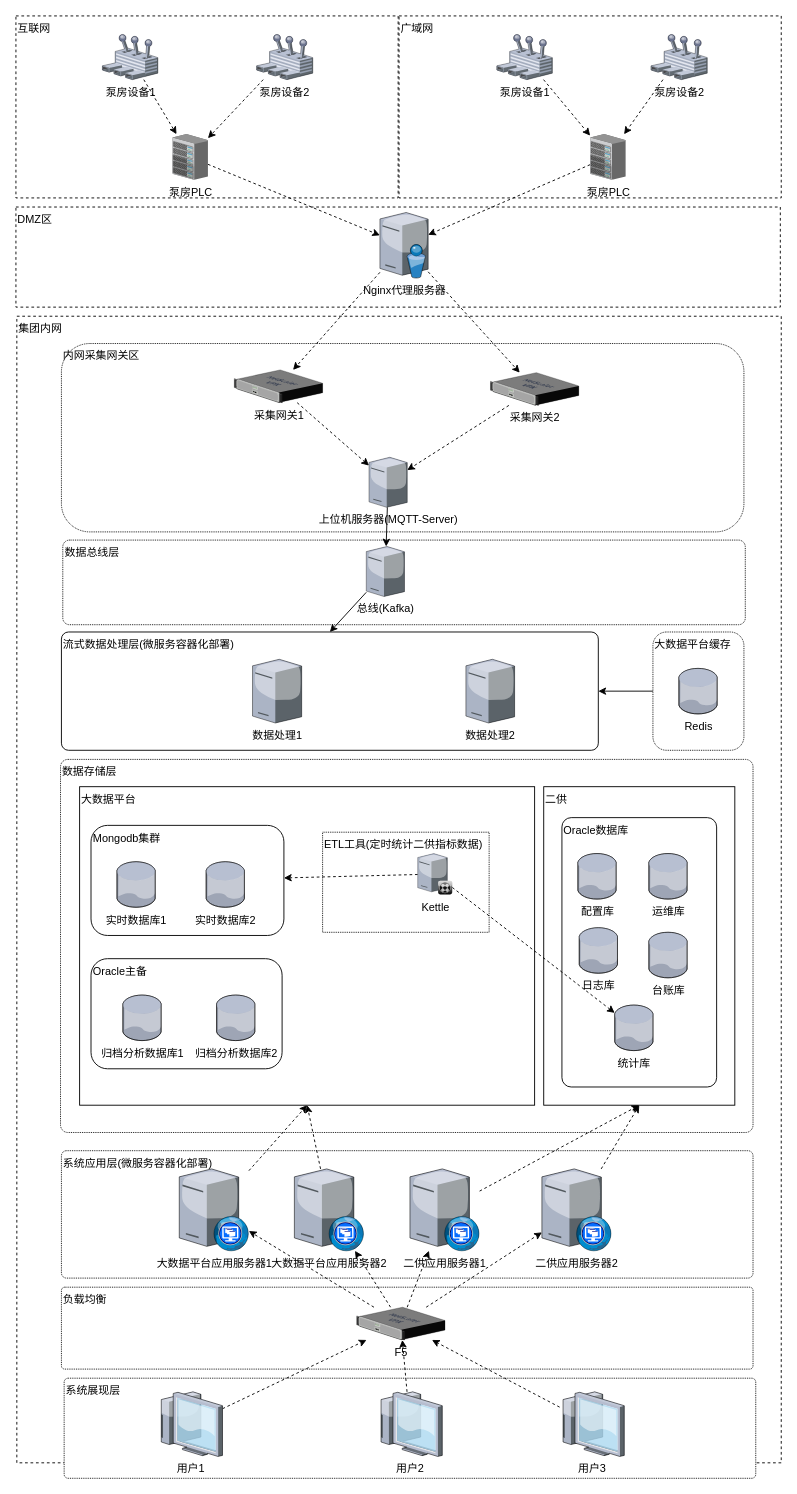
Before: page "应用服务器部署图" (3 of 6) of 二供ER图.drawio in lpeng589/draw, a draw.io diagram. Source tidied: cells renumbered, new cells numbered last; positions are measured from the earlier drawing's top-left corner, leaving out a move shared by most shapes. Both pictures are drawn from the tidied source at 91%, with x=0, y=0 at pixel (15, 15).
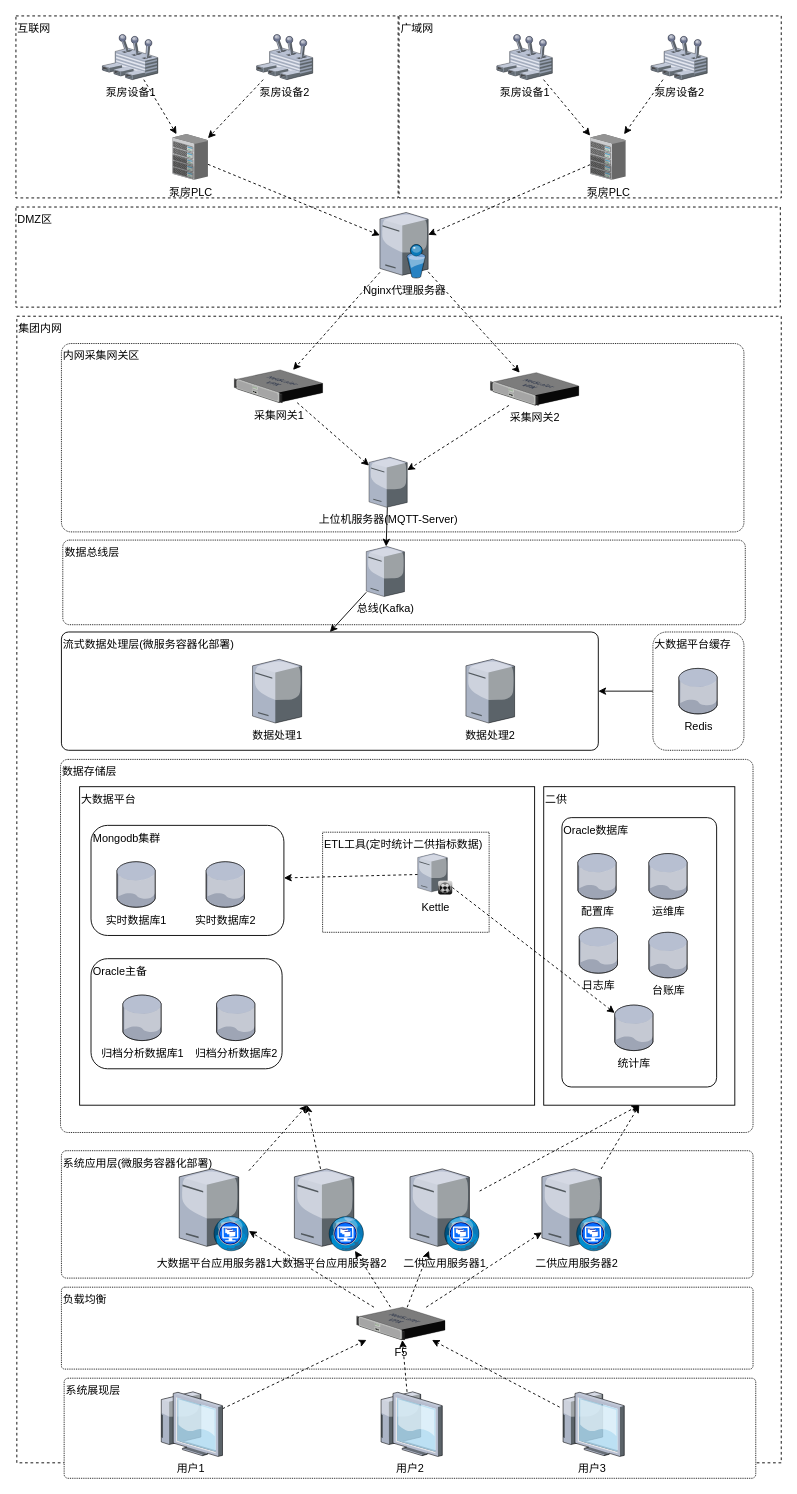
Above is the later version.

The edit, as a diff of the source:
```diff
@@
-    <mxCell id="4" value="内网采集网关区" style="rounded=1;whiteSpace=wrap;html=1;align=left;verticalAlign=top;dashed=1;dashPattern=1 1;" parent="1" vertex="1">
+    <mxCell id="4" value="内网采集网关区" style="rounded=1;whiteSpace=wrap;html=1;align=left;verticalAlign=top;dashed=1;dashPattern=1 1;arcSize=5;" parent="1" vertex="1">
       <mxGeometry x="50" y="360" width="750" height="207" as="geometry" />
     </mxCell>
```
